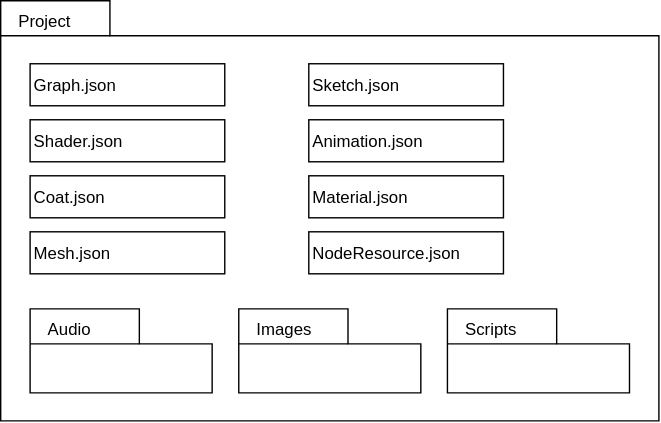
Above: Documentation/Design/ProjectStructure.svg in JirkaDellOro/FUDGE (draw.io), before the change. Source tidied: cells renumbered, new cells last; positions are measured from the earlier drawing's top-left corner, leaving out a move shared by most shapes. The source it was exported from:
```xml
<mxGraphModel>
  <root>
    <mxCell id="0" />
    <mxCell id="1" parent="0" />
    <mxCell id="2" value="Project" style="shape=folder;html=1;tabWidth=78;tabHeight=25;tabPosition=left;align=left;verticalAlign=top;spacingLeft=10;whiteSpace=wrap;" parent="1" vertex="1">
      <mxGeometry width="470" height="300" as="geometry" />
    </mxCell>
    <mxCell id="3" value="Audio" style="shape=folder;html=1;tabWidth=78;tabHeight=25;tabPosition=left;align=left;verticalAlign=top;spacingLeft=10;whiteSpace=wrap;" parent="1" vertex="1">
      <mxGeometry x="21" y="220" width="130" height="60" as="geometry" />
    </mxCell>
    <mxCell id="4" value="Images" style="shape=folder;html=1;tabWidth=78;tabHeight=25;tabPosition=left;align=left;verticalAlign=top;spacingLeft=10;whiteSpace=wrap;" parent="1" vertex="1">
      <mxGeometry x="170" y="220" width="130" height="60" as="geometry" />
    </mxCell>
    <mxCell id="5" value="Scripts" style="shape=folder;html=1;tabWidth=78;tabHeight=25;tabPosition=left;align=left;verticalAlign=top;spacingLeft=10;whiteSpace=wrap;" parent="1" vertex="1">
      <mxGeometry x="319" y="220" width="130" height="60" as="geometry" />
    </mxCell>
    <mxCell id="6" value="Graph.json" style="html=1;align=left;" parent="1" vertex="1">
      <mxGeometry x="21" y="45" width="139" height="30" as="geometry" />
    </mxCell>
    <mxCell id="7" value="Shader.json" style="html=1;align=left;" parent="1" vertex="1">
      <mxGeometry x="21" y="85" width="139" height="30" as="geometry" />
    </mxCell>
    <mxCell id="8" value="Coat.json" style="html=1;align=left;" parent="1" vertex="1">
      <mxGeometry x="21" y="125" width="139" height="30" as="geometry" />
    </mxCell>
    <mxCell id="9" value="Mesh.json" style="html=1;align=left;" parent="1" vertex="1">
      <mxGeometry x="21" y="165" width="139" height="30" as="geometry" />
    </mxCell>
    <mxCell id="10" value="Sketch.json" style="html=1;align=left;" parent="1" vertex="1">
      <mxGeometry x="220" y="45" width="139" height="30" as="geometry" />
    </mxCell>
    <mxCell id="11" value="Animation.json" style="html=1;align=left;" parent="1" vertex="1">
      <mxGeometry x="220" y="85" width="139" height="30" as="geometry" />
    </mxCell>
    <mxCell id="12" value="Material.json" style="html=1;align=left;" parent="1" vertex="1">
      <mxGeometry x="220" y="125" width="139" height="30" as="geometry" />
    </mxCell>
    <mxCell id="13" value="NodeResource.json" style="html=1;align=left;" parent="1" vertex="1">
      <mxGeometry x="220" y="165" width="139" height="30" as="geometry" />
    </mxCell>
  </root>
</mxGraphModel>
```
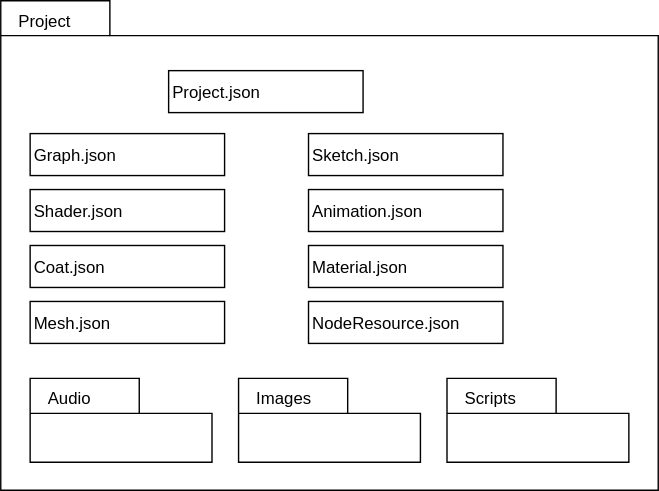
The same diagram one commit later.

What changed in the source:
```diff
@@ -3,7 +3,7 @@
     <mxCell id="0" />
     <mxCell id="1" parent="0" />
     <mxCell id="2" value="Project" style="shape=folder;html=1;tabWidth=78;tabHeight=25;tabPosition=left;align=left;verticalAlign=top;spacingLeft=10;whiteSpace=wrap;" parent="1" vertex="1">
-      <mxGeometry width="470" height="300" as="geometry" />
+      <mxGeometry y="-50" width="470" height="350" as="geometry" />
     </mxCell>
     <mxCell id="3" value="Audio" style="shape=folder;html=1;tabWidth=78;tabHeight=25;tabPosition=left;align=left;verticalAlign=top;spacingLeft=10;whiteSpace=wrap;" parent="1" vertex="1">
       <mxGeometry x="21" y="220" width="130" height="60" as="geometry" />
@@ -38,5 +38,8 @@
     <mxCell id="13" value="NodeResource.json" style="html=1;align=left;" parent="1" vertex="1">
       <mxGeometry x="220" y="165" width="139" height="30" as="geometry" />
     </mxCell>
+    <mxCell id="14" value="Project.json" style="html=1;align=left;" parent="1" vertex="1">
+      <mxGeometry x="120" width="139" height="30" as="geometry" />
+    </mxCell>
   </root>
 </mxGraphModel>
```
